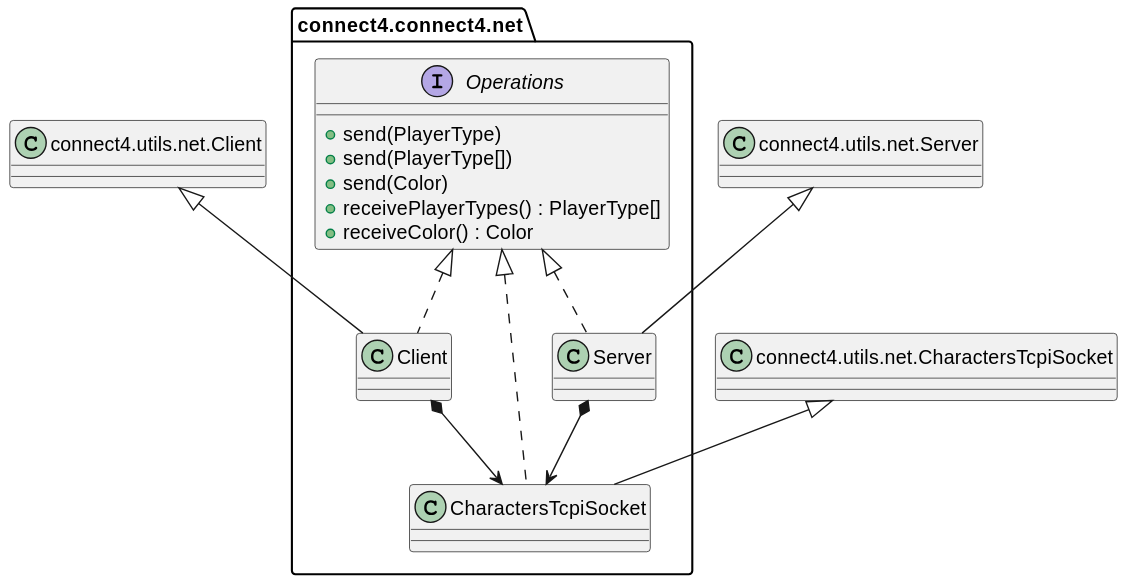
Earlier version of the PlantUML export out/connect4/Docs/diagrams/src/packages/connect4.connect4.net/connect4.net.svg (js-rom/connect4). Source of this version:
```plantuml
@startuml
package net as "connect4.connect4.net" {
    interface Operations {
        + send(PlayerType)
        + send(PlayerType[])
        +send(Color)
        + receivePlayerTypes() : PlayerType[]
        + receiveColor() : Color
    }
    class Client {
    }
    class Server {
    }
    class CharactersTcpiSocket {

    }
}

class Client as "connect4.utils.net.Client"
class Server as "connect4.utils.net.Server"
class CharactersTcpiSocket as "connect4.utils.net.CharactersTcpiSocket"

Operations <|.. net.Client
Operations <|.. net.Server
Operations <|.. net.CharactersTcpiSocket
net.Client *--> net.CharactersTcpiSocket
net.Server *--> net.CharactersTcpiSocket
CharactersTcpiSocket <|-- net.CharactersTcpiSocket
Client <|-- net.Client
Server <|-- net.Server
@enduml
```
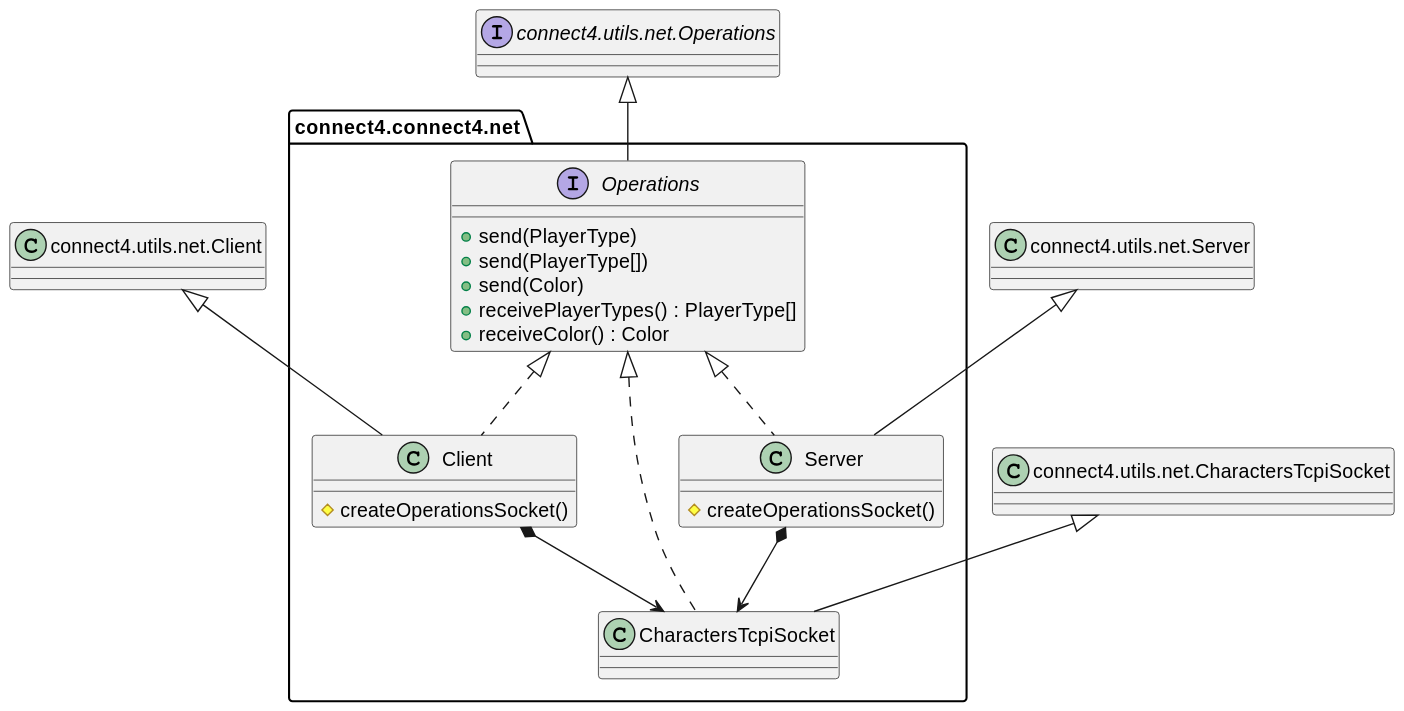
The same diagram one commit later.

The edit, as a diff of the source:
```diff
@@ -8,8 +8,10 @@
         + receiveColor() : Color
     }
     class Client {
+        # createOperationsSocket()
     }
     class Server {
+        # createOperationsSocket()
     }
     class CharactersTcpiSocket {
 
@@ -19,13 +21,15 @@
 class Client as "connect4.utils.net.Client"
 class Server as "connect4.utils.net.Server"
 class CharactersTcpiSocket as "connect4.utils.net.CharactersTcpiSocket"
+interface Operations as "connect4.utils.net.Operations"
 
-Operations <|.. net.Client
-Operations <|.. net.Server
-Operations <|.. net.CharactersTcpiSocket
+net.Operations <|.. net.Client
+net.Operations <|.. net.Server
+net.Operations <|.. net.CharactersTcpiSocket
 net.Client *--> net.CharactersTcpiSocket
 net.Server *--> net.CharactersTcpiSocket
 CharactersTcpiSocket <|-- net.CharactersTcpiSocket
 Client <|-- net.Client
 Server <|-- net.Server
+Operations <|-- net.Operations
 @enduml
```
